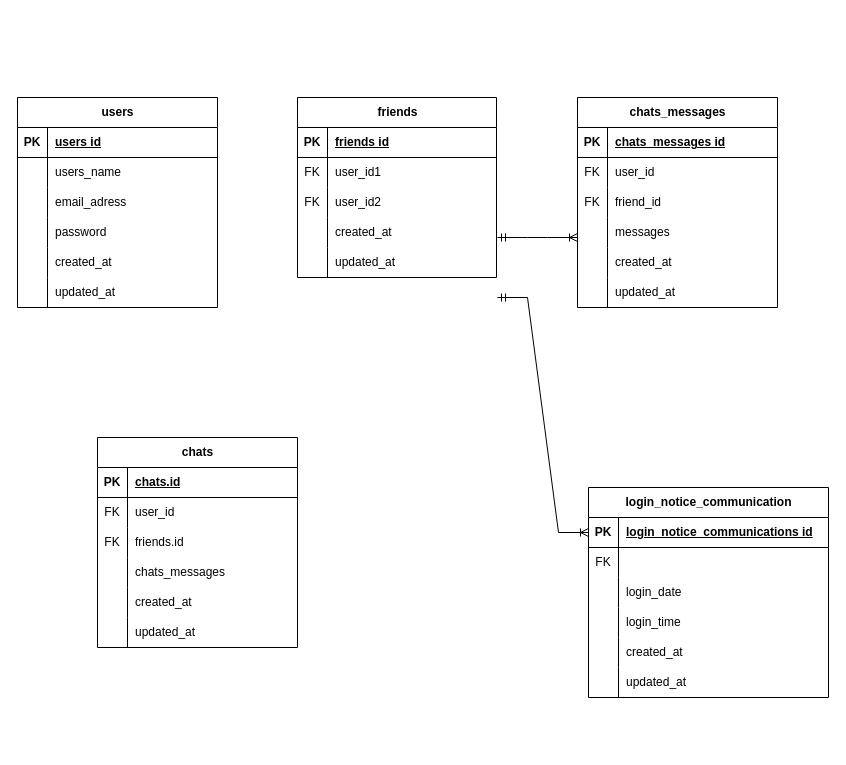
The draw.io diagram ER図 .drawio in ht19ssts/-, before the edit. Source tidied: cells renumbered, new cells numbered last; positions are measured from the earlier drawing's top-left corner, leaving out a move shared by most shapes. Both pictures are drawn from the tidied source at 100%, with x=0, y=0 at pixel (17, 97).
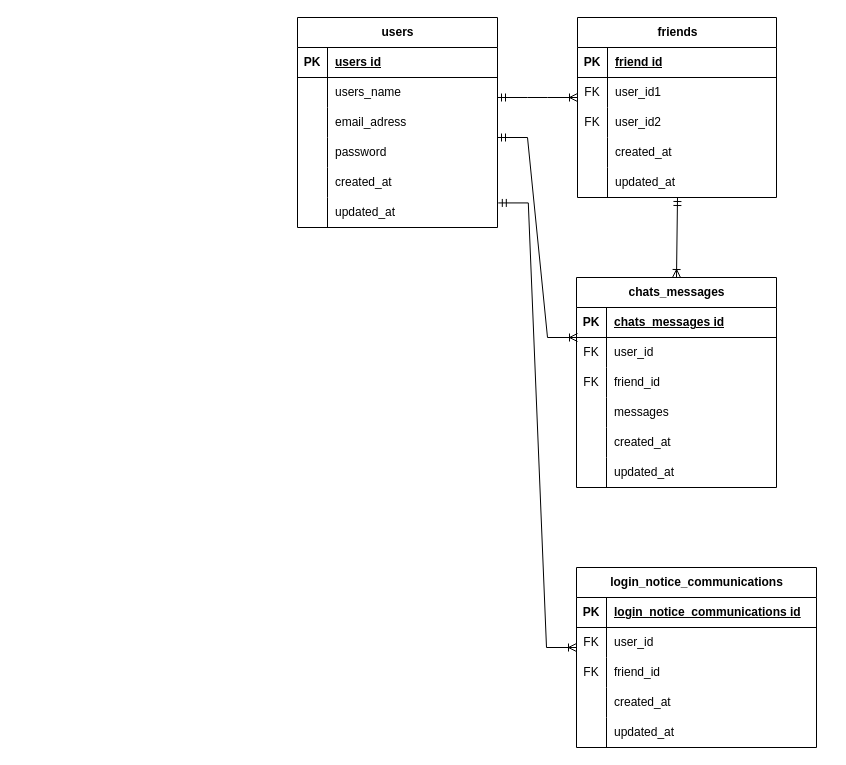
Above is the later version.

Commit message:
ER図 .drawio を更新します

The change refers to these unchanged cells:
```xml
<mxCell id="15" style="shape=tableRow;horizontal=0;startSize=0;swimlaneHead=0;swimlaneBody=0;fillColor=none;points=[[0,0.5],[1,0.5]];portConstraint=eastwest;top=0;left=0;right=0;bottom=0;" parent="2" vertex="1">
  <mxGeometry y="150" width="200" height="30" as="geometry" />
</mxCell>
<mxCell id="42" style="shape=tableRow;horizontal=0;startSize=0;swimlaneHead=0;swimlaneBody=0;fillColor=none;top=0;left=0;right=0;bottom=1;" parent="41" vertex="1">
  <mxGeometry y="30" width="199" height="30" as="geometry" />
</mxCell>
<mxCell id="45" style="shape=tableRow;horizontal=0;startSize=0;swimlaneHead=0;swimlaneBody=0;fillColor=none;points=[[0,0.5],[1,0.5]];portConstraint=eastwest;top=0;left=0;right=0;bottom=0;" parent="41" vertex="1">
  <mxGeometry y="60" width="199" height="30" as="geometry" />
</mxCell>
<mxCell id="77" style="shape=tableRow;horizontal=0;startSize=0;swimlaneHead=0;swimlaneBody=0;fillColor=none;points=[[0,0.5],[1,0.5]];portConstraint=eastwest;top=0;left=0;right=0;bottom=1;" parent="76" vertex="1">
  <mxGeometry y="30" width="240" height="30" as="geometry" />
</mxCell>
<mxCell id="80" style="shape=tableRow;horizontal=0;startSize=0;swimlaneHead=0;swimlaneBody=0;fillColor=none;points=[[0,0.5],[1,0.5]];portConstraint=eastwest;top=0;left=0;right=0;bottom=0;" parent="76" vertex="1">
  <mxGeometry y="60" width="240" height="30" as="geometry" />
</mxCell>
<mxCell id="83" style="shape=tableRow;horizontal=0;startSize=0;swimlaneHead=0;swimlaneBody=0;fillColor=none;top=0;left=0;right=0;bottom=0;" parent="76" vertex="1">
  <mxGeometry y="90" width="240" height="30" as="geometry" />
</mxCell>
```

Diff of the diagram source:
```diff
@@
     <mxCell id="2" value="users" style="shape=table;startSize=30;childLayout=tableLayout;rowLines=0;fontStyle=1;align=center;html=1;" parent="1" vertex="1">
-      <mxGeometry width="200" height="210" as="geometry" />
+      <mxGeometry x="280" y="-80" width="200" height="210" as="geometry" />
     </mxCell>
@@
-    <mxCell id="22" value="chats" style="shape=table;startSize=30;childLayout=tableLayout;rowLines=0;fontStyle=1;align=center;html=1;" parent="1" vertex="1">
-      <mxGeometry x="80" y="340" width="200" height="210" as="geometry" />
-    </mxCell>
-    <mxCell id="23" style="shape=tableRow;horizontal=0;startSize=0;swimlaneHead=0;swimlaneBody=0;fillColor=none;top=0;left=0;right=0;bottom=1;" parent="22" vertex="1">
-      <mxGeometry y="30" width="200" height="30" as="geometry" />
-    </mxCell>
-    <mxCell id="24" value="PK" style="shape=partialRectangle;fillColor=none;top=0;left=0;bottom=0;right=0;fontStyle=1;overflow=hidden;whiteSpace=wrap;html=1;" parent="23" vertex="1">
-      <mxGeometry width="30" height="30" as="geometry" />
-    </mxCell>
-    <mxCell id="25" value="chats.id" style="shape=partialRectangle;fillColor=none;top=0;left=0;bottom=0;right=0;align=left;spacingLeft=6;fontStyle=5;overflow=hidden;whiteSpace=wrap;html=1;" parent="23" vertex="1">
-      <mxGeometry x="30" width="170" height="30" as="geometry" />
-    </mxCell>
-    <mxCell id="26" style="shape=tableRow;horizontal=0;startSize=0;swimlaneHead=0;swimlaneBody=0;fillColor=none;top=0;left=0;right=0;bottom=0;" parent="22" vertex="1">
-      <mxGeometry y="60" width="200" height="30" as="geometry" />
-    </mxCell>
-    <mxCell id="27" value="FK" style="shape=partialRectangle;fillColor=none;top=0;left=0;bottom=0;right=0;overflow=hidden;whiteSpace=wrap;html=1;" parent="26" vertex="1">
-      <mxGeometry width="30" height="30" as="geometry" />
-    </mxCell>
-    <mxCell id="28" value="user_id" style="shape=partialRectangle;fillColor=none;top=0;left=0;bottom=0;right=0;align=left;spacingLeft=6;overflow=hidden;whiteSpace=wrap;html=1;" parent="26" vertex="1">
-      <mxGeometry x="30" width="170" height="30" as="geometry" />
-    </mxCell>
-    <mxCell id="29" style="shape=tableRow;horizontal=0;startSize=0;swimlaneHead=0;swimlaneBody=0;fillColor=none;top=0;left=0;right=0;bottom=0;" parent="22" vertex="1">
-      <mxGeometry y="90" width="200" height="30" as="geometry" />
-    </mxCell>
-    <mxCell id="30" value="FK" style="shape=partialRectangle;fillColor=none;top=0;left=0;bottom=0;right=0;overflow=hidden;whiteSpace=wrap;html=1;" parent="29" vertex="1">
-      <mxGeometry width="30" height="30" as="geometry" />
-    </mxCell>
-    <mxCell id="31" value="friends.id" style="shape=partialRectangle;fillColor=none;top=0;left=0;bottom=0;right=0;align=left;spacingLeft=6;overflow=hidden;whiteSpace=wrap;html=1;" parent="29" vertex="1">
-      <mxGeometry x="30" width="170" height="30" as="geometry" />
-    </mxCell>
-    <mxCell id="32" style="shape=tableRow;horizontal=0;startSize=0;swimlaneHead=0;swimlaneBody=0;fillColor=none;top=0;left=0;right=0;bottom=0;" parent="22" vertex="1">
-      <mxGeometry y="120" width="200" height="30" as="geometry" />
-    </mxCell>
-    <mxCell id="33" style="shape=partialRectangle;fillColor=none;top=0;left=0;bottom=0;right=0;overflow=hidden;whiteSpace=wrap;html=1;" parent="32" vertex="1">
-      <mxGeometry width="30" height="30" as="geometry" />
-    </mxCell>
-    <mxCell id="34" value="chats_messages" style="shape=partialRectangle;fillColor=none;top=0;left=0;bottom=0;right=0;align=left;spacingLeft=6;overflow=hidden;whiteSpace=wrap;html=1;" parent="32" vertex="1">
-      <mxGeometry x="30" width="170" height="30" as="geometry" />
-    </mxCell>
-    <mxCell id="35" style="shape=tableRow;horizontal=0;startSize=0;swimlaneHead=0;swimlaneBody=0;fillColor=none;top=0;left=0;right=0;bottom=0;" parent="22" vertex="1">
-      <mxGeometry y="150" width="200" height="30" as="geometry" />
-    </mxCell>
-    <mxCell id="36" style="shape=partialRectangle;fillColor=none;top=0;left=0;bottom=0;right=0;overflow=hidden;whiteSpace=wrap;html=1;" parent="35" vertex="1">
-      <mxGeometry width="30" height="30" as="geometry" />
-    </mxCell>
-    <mxCell id="37" value="created_at" style="shape=partialRectangle;fillColor=none;top=0;left=0;bottom=0;right=0;align=left;spacingLeft=6;overflow=hidden;whiteSpace=wrap;html=1;" parent="35" vertex="1">
-      <mxGeometry x="30" width="170" height="30" as="geometry" />
-    </mxCell>
-    <mxCell id="38" style="shape=tableRow;horizontal=0;startSize=0;swimlaneHead=0;swimlaneBody=0;fillColor=none;top=0;left=0;right=0;bottom=0;" parent="22" vertex="1">
-      <mxGeometry y="180" width="200" height="30" as="geometry" />
-    </mxCell>
-    <mxCell id="39" style="shape=partialRectangle;fillColor=none;top=0;left=0;bottom=0;right=0;overflow=hidden;whiteSpace=wrap;html=1;" parent="38" vertex="1">
-      <mxGeometry width="30" height="30" as="geometry" />
-    </mxCell>
-    <mxCell id="40" value="updated_at" style="shape=partialRectangle;fillColor=none;top=0;left=0;bottom=0;right=0;align=left;spacingLeft=6;overflow=hidden;whiteSpace=wrap;html=1;" parent="38" vertex="1">
-      <mxGeometry x="30" width="170" height="30" as="geometry" />
-    </mxCell>
     <mxCell id="41" value="friends" style="shape=table;startSize=30;childLayout=tableLayout;rowLines=0;fontStyle=1;align=center;html=1;" parent="1" vertex="1">
-      <mxGeometry x="280" width="199" height="180" as="geometry" />
+      <mxGeometry x="560" y="-80" width="199" height="180" as="geometry" />
     </mxCell>
@@
-    <mxCell id="44" value="friends id" style="shape=partialRectangle;fillColor=none;top=0;left=0;bottom=0;right=0;align=left;spacingLeft=6;fontStyle=5;overflow=hidden;whiteSpace=wrap;html=1;" parent="42" vertex="1">
+    <mxCell id="44" value="friend id" style="shape=partialRectangle;fillColor=none;top=0;left=0;bottom=0;right=0;align=left;spacingLeft=6;fontStyle=5;overflow=hidden;whiteSpace=wrap;html=1;" parent="42" vertex="1">
       <mxGeometry x="30" width="169" height="30" as="geometry" />
     </mxCell>
@@
     <mxCell id="57" value="chats_messages" style="shape=table;startSize=30;childLayout=tableLayout;rowLines=0;fontStyle=1;align=center;html=1;" parent="1" vertex="1">
-      <mxGeometry x="560" width="200" height="210" as="geometry" />
+      <mxGeometry x="559" y="180" width="200" height="210" as="geometry" />
     </mxCell>
@@
-    <mxCell id="76" value="login_notice_communication" style="shape=table;startSize=30;childLayout=tableLayout;rowLines=0;fontStyle=1;align=center;html=1;" parent="1" vertex="1">
-      <mxGeometry x="571" y="390" width="240" height="210" as="geometry" />
+    <mxCell id="76" value="login_notice_communications" style="shape=table;startSize=30;childLayout=tableLayout;rowLines=0;fontStyle=1;align=center;html=1;" parent="1" vertex="1">
+      <mxGeometry x="559" y="470" width="240" height="180" as="geometry" />
     </mxCell>
@@
-    <mxCell id="82" style="shape=partialRectangle;fillColor=none;top=0;left=0;bottom=0;right=0;align=left;spacingLeft=6;overflow=hidden;whiteSpace=wrap;html=1;" parent="80" vertex="1">
+    <mxCell id="82" value="user_id" style="shape=partialRectangle;fillColor=none;top=0;left=0;bottom=0;right=0;align=left;spacingLeft=6;overflow=hidden;whiteSpace=wrap;html=1;" parent="80" vertex="1">
       <mxGeometry x="30" width="210" height="30" as="geometry" />
     </mxCell>
@@
-    <mxCell id="84" style="shape=partialRectangle;fillColor=none;top=0;left=0;bottom=0;right=0;overflow=hidden;whiteSpace=wrap;html=1;" parent="83" vertex="1">
-      <mxGeometry width="30" height="30" as="geometry" />
-    </mxCell>
-    <mxCell id="85" value="login_date" style="shape=partialRectangle;fillColor=none;top=0;left=0;bottom=0;right=0;align=left;spacingLeft=6;overflow=hidden;whiteSpace=wrap;html=1;" parent="83" vertex="1">
-      <mxGeometry x="30" width="210" height="30" as="geometry" />
-    </mxCell>
-    <mxCell id="86" style="shape=tableRow;horizontal=0;startSize=0;swimlaneHead=0;swimlaneBody=0;fillColor=none;top=0;left=0;right=0;bottom=0;" parent="76" vertex="1">
-      <mxGeometry y="120" width="240" height="30" as="geometry" />
-    </mxCell>
-    <mxCell id="87" style="shape=partialRectangle;fillColor=none;top=0;left=0;bottom=0;right=0;overflow=hidden;whiteSpace=wrap;html=1;" parent="86" vertex="1">
-      <mxGeometry width="30" height="30" as="geometry" />
-    </mxCell>
-    <mxCell id="88" value="login_time" style="shape=partialRectangle;fillColor=none;top=0;left=0;bottom=0;right=0;align=left;spacingLeft=6;overflow=hidden;whiteSpace=wrap;html=1;" parent="86" vertex="1">
-      <mxGeometry x="30" width="210" height="30" as="geometry" />
-    </mxCell>
+    <mxCell id="97" value="FK" style="shape=partialRectangle;fillColor=none;top=0;left=0;bottom=0;right=0;overflow=hidden;whiteSpace=wrap;html=1;" parent="83" vertex="1">
+      <mxGeometry width="30" height="30" as="geometry" />
+    </mxCell>
+    <mxCell id="98" value="friend_id" style="shape=partialRectangle;fillColor=none;top=0;left=0;bottom=0;right=0;align=left;spacingLeft=6;overflow=hidden;whiteSpace=wrap;html=1;" parent="83" vertex="1">
+      <mxGeometry x="30" width="210" height="30" as="geometry" />
+    </mxCell>
     <mxCell id="89" style="shape=tableRow;horizontal=0;startSize=0;swimlaneHead=0;swimlaneBody=0;fillColor=none;top=0;left=0;right=0;bottom=0;" parent="76" vertex="1">
-      <mxGeometry y="150" width="240" height="30" as="geometry" />
+      <mxGeometry y="120" width="240" height="30" as="geometry" />
     </mxCell>
@@
     <mxCell id="92" style="shape=tableRow;horizontal=0;startSize=0;swimlaneHead=0;swimlaneBody=0;fillColor=none;top=0;left=0;right=0;bottom=0;" parent="76" vertex="1">
-      <mxGeometry y="180" width="240" height="30" as="geometry" />
+      <mxGeometry y="150" width="240" height="30" as="geometry" />
     </mxCell>
@@
-    <mxCell id="95" style="edgeStyle=entityRelationEdgeStyle;fontSize=12;html=1;endArrow=ERoneToMany;startArrow=ERmandOne;rounded=0;" parent="1" edge="1">
-      <mxGeometry relative="1" as="geometry">
-        <mxPoint x="480" y="140" as="sourcePoint" />
-        <mxPoint x="560" y="140" as="targetPoint" />
-        <Array as="points">
-          <mxPoint x="200" y="30" />
-        </Array>
-      </mxGeometry>
-    </mxCell>
-    <mxCell id="96" style="edgeStyle=entityRelationEdgeStyle;fontSize=12;html=1;endArrow=ERoneToMany;startArrow=ERmandOne;rounded=0;entryX=0;entryY=0.5;entryDx=0;entryDy=0;" parent="1" edge="1" target="77">
-      <mxGeometry relative="1" as="geometry">
-        <mxPoint x="480" y="200" as="sourcePoint" />
-        <Array as="points">
-          <mxPoint x="200" y="90" />
-        </Array>
-      </mxGeometry>
-    </mxCell>
+    <mxCell id="99" style="edgeStyle=entityRelationEdgeStyle;fontSize=12;html=1;endArrow=ERoneToMany;startArrow=ERmandOne;rounded=0;entryX=0;entryY=0.667;entryDx=0;entryDy=0;entryPerimeter=0;" parent="1" edge="1" target="45">
+      <mxGeometry relative="1" as="geometry">
+        <mxPoint x="480" as="sourcePoint" />
+        <Array as="points">
+          <mxPoint x="550" />
+        </Array>
+      </mxGeometry>
+    </mxCell>
+    <mxCell id="100" style="edgeStyle=entityRelationEdgeStyle;fontSize=12;html=1;endArrow=ERoneToMany;startArrow=ERmandOne;rounded=0;" parent="1" edge="1">
+      <mxGeometry relative="1" as="geometry">
+        <mxPoint x="480" y="40" as="sourcePoint" />
+        <mxPoint x="560" y="240" as="targetPoint" />
+      </mxGeometry>
+    </mxCell>
+    <mxCell id="101" style="edgeStyle=entityRelationEdgeStyle;fontSize=12;html=1;endArrow=ERoneToMany;startArrow=ERmandOne;rounded=0;entryX=0;entryY=0.667;entryDx=0;entryDy=0;entryPerimeter=0;exitX=1.004;exitY=1.181;exitDx=0;exitDy=0;exitPerimeter=0;" parent="1" edge="1" source="15" target="80">
+      <mxGeometry relative="1" as="geometry" />
+    </mxCell>
+    <mxCell id="102" style="endArrow=ERoneToMany;html=1;rounded=0;entryX=0.5;entryY=0;entryDx=0;entryDy=0;startArrow=ERmandOne;startFill=0;endFill=0;" parent="1" edge="1" target="57">
+      <mxGeometry relative="1" as="geometry">
+        <mxPoint x="660" y="100" as="sourcePoint" />
+      </mxGeometry>
+    </mxCell>
```
